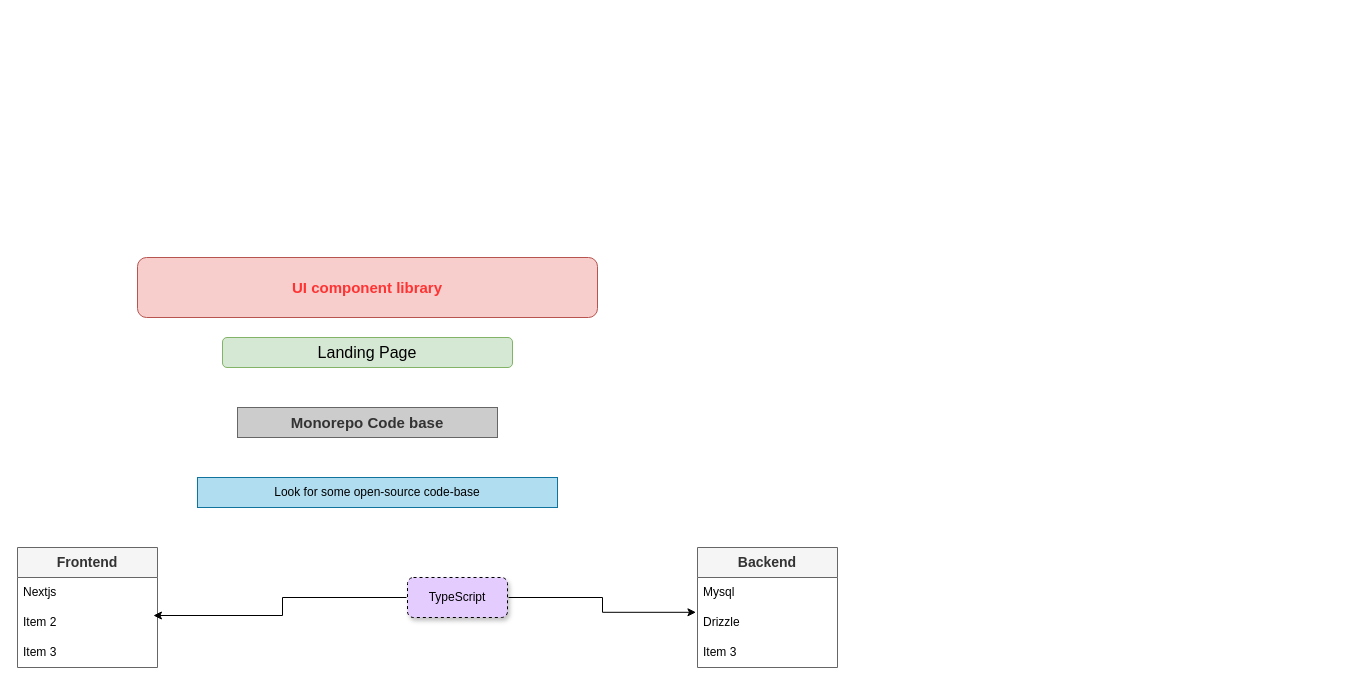
The draw.io diagram Untitled Diagram.drawio in 98rahul/-sample-app, before the edit. Source tidied: cells renumbered, new cells numbered last; positions are measured from the earlier drawing's top-left corner, leaving out a move shared by most shapes. Both pictures are drawn from the tidied source at 100%, with x=0, y=0 at pixel (17, 257).
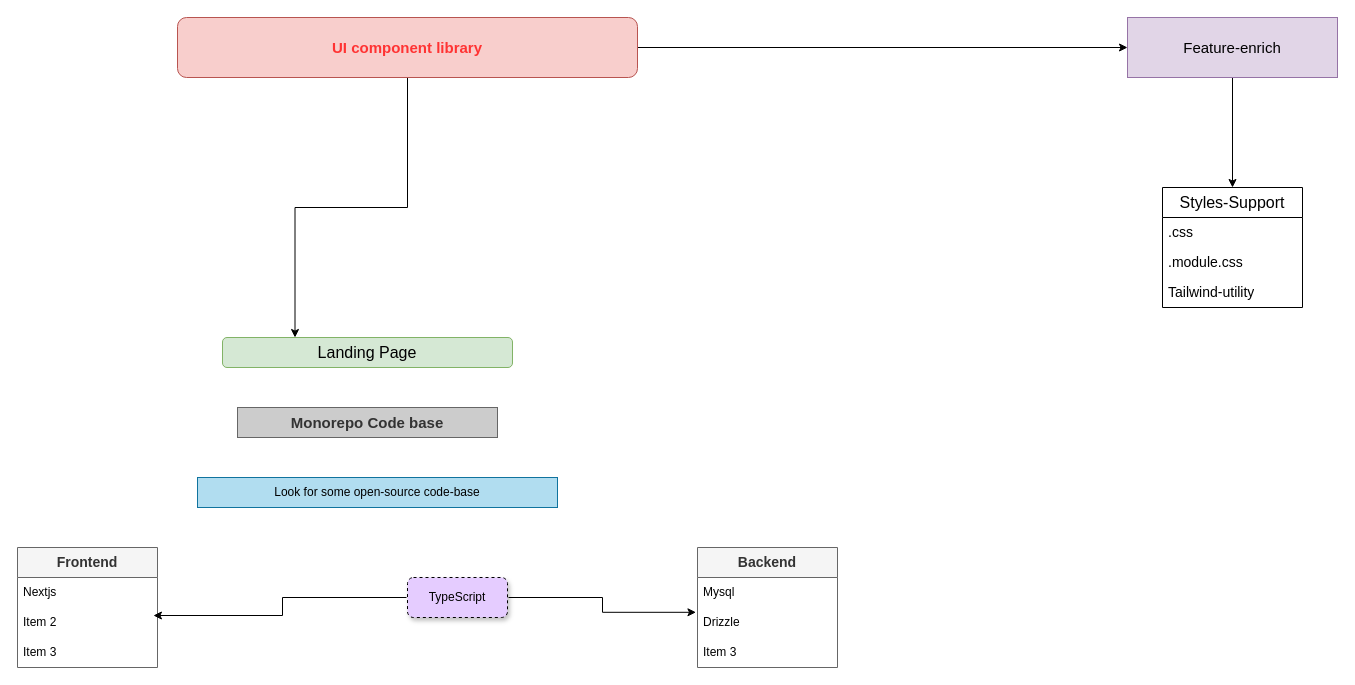
After the change.

Commit message:
updated css-support

Unchanged cells that the change refers to:
```xml
<mxCell id="16" value="&lt;font style=&quot;font-size: 16px;&quot;&gt;Landing Page&lt;/font&gt;" style="rounded=1;whiteSpace=wrap;html=1;fillColor=#d5e8d4;strokeColor=#82b366;" parent="1" vertex="1">
  <mxGeometry x="205" y="80" width="290" height="30" as="geometry" />
</mxCell>
```

Diff of the diagram source:
```diff
@@
+    <mxCell id="17" style="edgeStyle=orthogonalEdgeStyle;rounded=0;jettySize=auto;html=1;entryX=0.25;entryY=0;entryDx=0;entryDy=0;" parent="1" edge="1" source="2" target="16">
+      <mxGeometry relative="1" as="geometry" />
+    </mxCell>
+    <mxCell id="18" style="edgeStyle=orthogonalEdgeStyle;rounded=0;jettySize=auto;html=1;" parent="1" edge="1" source="2" target="20">
+      <mxGeometry relative="1" as="geometry" />
+    </mxCell>
     <mxCell id="2" value="UI component library" style="rounded=1;whiteSpace=wrap;html=1;fillColor=#f8cecc;strokeColor=#b85450;fontSize=15;fontStyle=1;fontColor=#FF3333;" parent="1" vertex="1">
-      <mxGeometry x="120" width="460" height="60" as="geometry" />
+      <mxGeometry x="160" y="-240" width="460" height="60" as="geometry" />
     </mxCell>
@@
+    <mxCell id="19" style="edgeStyle=orthogonalEdgeStyle;rounded=0;jettySize=auto;html=1;entryX=0.5;entryY=0;entryDx=0;entryDy=0;" parent="1" edge="1" source="20" target="21">
+      <mxGeometry relative="1" as="geometry" />
+    </mxCell>
+    <mxCell id="20" value="&lt;font style=&quot;font-size: 15px;&quot;&gt;Feature-enrich&lt;/font&gt;" style="rounded=0;whiteSpace=wrap;html=1;fillColor=#e1d5e7;strokeColor=#9673a6;" parent="1" vertex="1">
+      <mxGeometry x="1110" y="-240" width="210" height="60" as="geometry" />
+    </mxCell>
+    <mxCell id="21" value="&lt;font style=&quot;font-size: 16px;&quot;&gt;Styles-Support&lt;/font&gt;" style="swimlane;fontStyle=0;horizontal=1;startSize=30;whiteSpace=wrap;html=1;" parent="1" vertex="1">
+      <mxGeometry x="1145" y="-70" width="140" height="120" as="geometry" />
+    </mxCell>
+    <mxCell id="22" value="&lt;font style=&quot;font-size: 14px;&quot;&gt;.css&lt;/font&gt;" style="text;strokeColor=none;fillColor=none;align=left;verticalAlign=middle;spacingLeft=4;spacingRight=4;overflow=hidden;whiteSpace=wrap;html=1;" parent="21" vertex="1">
+      <mxGeometry y="30" width="140" height="30" as="geometry" />
+    </mxCell>
+    <mxCell id="23" value="&lt;font style=&quot;font-size: 14px;&quot;&gt;.module.css&lt;/font&gt;" style="text;strokeColor=none;fillColor=none;align=left;verticalAlign=middle;spacingLeft=4;spacingRight=4;overflow=hidden;whiteSpace=wrap;html=1;" parent="21" vertex="1">
+      <mxGeometry y="60" width="140" height="30" as="geometry" />
+    </mxCell>
+    <mxCell id="24" value="&lt;font style=&quot;font-size: 14px;&quot;&gt;Tailwind-utility&lt;/font&gt;" style="text;strokeColor=none;fillColor=none;align=left;verticalAlign=middle;spacingLeft=4;spacingRight=4;overflow=hidden;whiteSpace=wrap;html=1;" parent="21" vertex="1">
+      <mxGeometry y="90" width="140" height="30" as="geometry" />
+    </mxCell>
```
